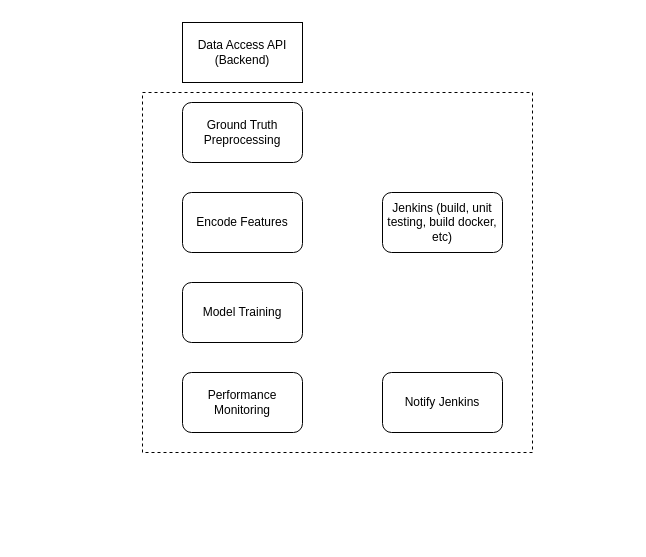
Earlier version of the draw.io diagram notebook/road_satefy_model_pipeline.drawio (ck-unifr/road-safety). Source tidied: cells renumbered, new cells numbered last; positions are measured from the earlier drawing's top-left corner, leaving out a move shared by most shapes. Both pictures are drawn from the tidied source at 100%, with x=0, y=0 at pixel (142, 22).
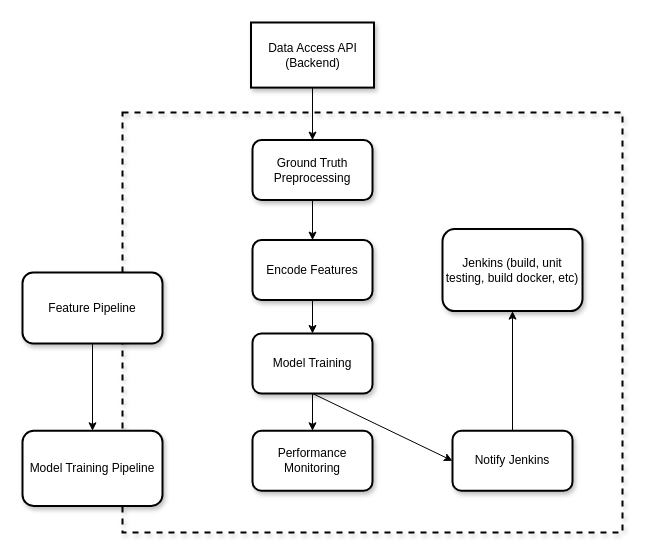
The same diagram, later.

Diff of the diagram source:
```diff
@@
 <mxGraphModel>
   <root>
     <mxCell id="0" />
     <mxCell id="1" parent="0" />
+    <mxCell id="10" style="rounded=0;whiteSpace=wrap;html=1;shadow=1;dashed=1;strokeWidth=2;fillColor=none;" parent="1" vertex="1">
+      <mxGeometry x="-20" y="90" width="500" height="420" as="geometry" />
+    </mxCell>
-    <mxCell id="2" value="Ground Truth Preprocessing" style="rounded=1;whiteSpace=wrap;html=1;" parent="1" vertex="1">
-      <mxGeometry x="40" y="80" width="120" height="60" as="geometry" />
+    <mxCell id="2" value="Ground Truth Preprocessing" style="rounded=1;whiteSpace=wrap;html=1;strokeWidth=2;shadow=1;" parent="1" vertex="1">
+      <mxGeometry x="110" y="117.6" width="120" height="60" as="geometry" />
     </mxCell>
-    <mxCell id="3" value="Encode Features" style="rounded=1;whiteSpace=wrap;html=1;" parent="1" vertex="1">
-      <mxGeometry x="40" y="170" width="120" height="60" as="geometry" />
+    <mxCell id="3" value="Encode Features" style="rounded=1;whiteSpace=wrap;html=1;strokeWidth=2;shadow=1;" parent="1" vertex="1">
+      <mxGeometry x="110" y="217.6" width="120" height="60" as="geometry" />
     </mxCell>
-    <mxCell id="4" value="Model Training" style="rounded=1;whiteSpace=wrap;html=1;" parent="1" vertex="1">
-      <mxGeometry x="40" y="260" width="120" height="60" as="geometry" />
+    <mxCell id="4" value="Model Training" style="rounded=1;whiteSpace=wrap;html=1;shadow=1;strokeWidth=2;" parent="1" vertex="1">
+      <mxGeometry x="110" y="311" width="120" height="60" as="geometry" />
     </mxCell>
-    <mxCell id="5" value="Notify Jenkins" style="rounded=1;whiteSpace=wrap;html=1;" parent="1" vertex="1">
-      <mxGeometry x="240" y="350" width="120" height="60" as="geometry" />
+    <mxCell id="5" value="Notify Jenkins" style="rounded=1;whiteSpace=wrap;html=1;strokeWidth=2;shadow=1;" parent="1" vertex="1">
+      <mxGeometry x="310" y="408.3" width="120" height="60" as="geometry" />
     </mxCell>
-    <mxCell id="6" value="Jenkins (build, unit testing, build docker, etc)" style="rounded=1;whiteSpace=wrap;html=1;" parent="1" vertex="1">
-      <mxGeometry x="240" y="170" width="120" height="60" as="geometry" />
+    <mxCell id="6" value="Jenkins (build, unit testing, build docker, etc)" style="rounded=1;whiteSpace=wrap;html=1;strokeWidth=2;shadow=1;" parent="1" vertex="1">
+      <mxGeometry x="300" y="206.6" width="140" height="82" as="geometry" />
     </mxCell>
+    <mxCell id="8" value="Performance Monitoring" style="rounded=1;whiteSpace=wrap;html=1;shadow=1;strokeWidth=2;" parent="1" vertex="1">
+      <mxGeometry x="110" y="408.3" width="120" height="60" as="geometry" />
+    </mxCell>
+    <mxCell id="11" style="endArrow=classic;html=1;exitX=0.5;exitY=1;exitDx=0;exitDy=0;entryX=0.5;entryY=0;entryDx=0;entryDy=0;" parent="1" edge="1" source="12" target="13">
+      <mxGeometry relative="1" as="geometry" />
+    </mxCell>
-    <mxCell id="7" value="Data Access API&lt;br&gt;(Backend)" style="rounded=0;whiteSpace=wrap;html=1;" parent="1" vertex="1">
-      <mxGeometry x="40" width="120" height="60" as="geometry" />
+    <mxCell id="7" value="Data Access API&lt;br&gt;(Backend)" style="rounded=0;whiteSpace=wrap;html=1;shadow=1;strokeWidth=2;" parent="1" vertex="1">
+      <mxGeometry x="108.5" width="123" height="65.1" as="geometry" />
     </mxCell>
-    <mxCell id="8" value="Performance Monitoring" style="rounded=1;whiteSpace=wrap;html=1;" parent="1" vertex="1">
-      <mxGeometry x="40" y="350" width="120" height="60" as="geometry" />
-    </mxCell>
-    <mxCell id="9" style="rounded=0;whiteSpace=wrap;html=1;fillColor=none;dashed=1;" parent="1" vertex="1">
-      <mxGeometry y="70" width="390" height="360" as="geometry" />
-    </mxCell>
+    <mxCell id="12" value="Feature Pipeline" style="rounded=1;whiteSpace=wrap;html=1;shadow=1;strokeWidth=2;" parent="1" vertex="1">
+      <mxGeometry x="-120" y="250" width="140" height="71" as="geometry" />
+    </mxCell>
+    <mxCell id="13" value="Model Training Pipeline" style="rounded=1;whiteSpace=wrap;html=1;shadow=1;strokeWidth=2;" parent="1" vertex="1">
+      <mxGeometry x="-120" y="408.3" width="140" height="75.1" as="geometry" />
+    </mxCell>
+    <mxCell id="14" style="endArrow=classic;html=1;exitX=0.5;exitY=1;exitDx=0;exitDy=0;entryX=0.5;entryY=0;entryDx=0;entryDy=0;" parent="1" edge="1" source="7" target="2">
+      <mxGeometry relative="1" as="geometry" />
+    </mxCell>
+    <mxCell id="15" style="endArrow=classic;html=1;exitX=0.5;exitY=1;exitDx=0;exitDy=0;entryX=0.5;entryY=0;entryDx=0;entryDy=0;" parent="1" edge="1" source="2" target="3">
+      <mxGeometry relative="1" as="geometry" />
+    </mxCell>
+    <mxCell id="16" style="endArrow=classic;html=1;exitX=0.5;exitY=1;exitDx=0;exitDy=0;entryX=0.5;entryY=0;entryDx=0;entryDy=0;" parent="1" edge="1" source="3" target="4">
+      <mxGeometry relative="1" as="geometry" />
+    </mxCell>
+    <mxCell id="17" style="endArrow=classic;html=1;exitX=0.5;exitY=1;exitDx=0;exitDy=0;entryX=0.5;entryY=0;entryDx=0;entryDy=0;" parent="1" edge="1" source="4" target="8">
+      <mxGeometry relative="1" as="geometry" />
+    </mxCell>
+    <mxCell id="18" style="endArrow=classic;html=1;exitX=0.5;exitY=1;exitDx=0;exitDy=0;entryX=0;entryY=0.5;entryDx=0;entryDy=0;" parent="1" edge="1" source="4" target="5">
+      <mxGeometry relative="1" as="geometry" />
+    </mxCell>
+    <mxCell id="19" style="endArrow=classic;html=1;exitX=0.5;exitY=0;exitDx=0;exitDy=0;entryX=0.5;entryY=1;entryDx=0;entryDy=0;" parent="1" edge="1" source="5" target="6">
+      <mxGeometry relative="1" as="geometry" />
+    </mxCell>
   </root>
 </mxGraphModel>
```
